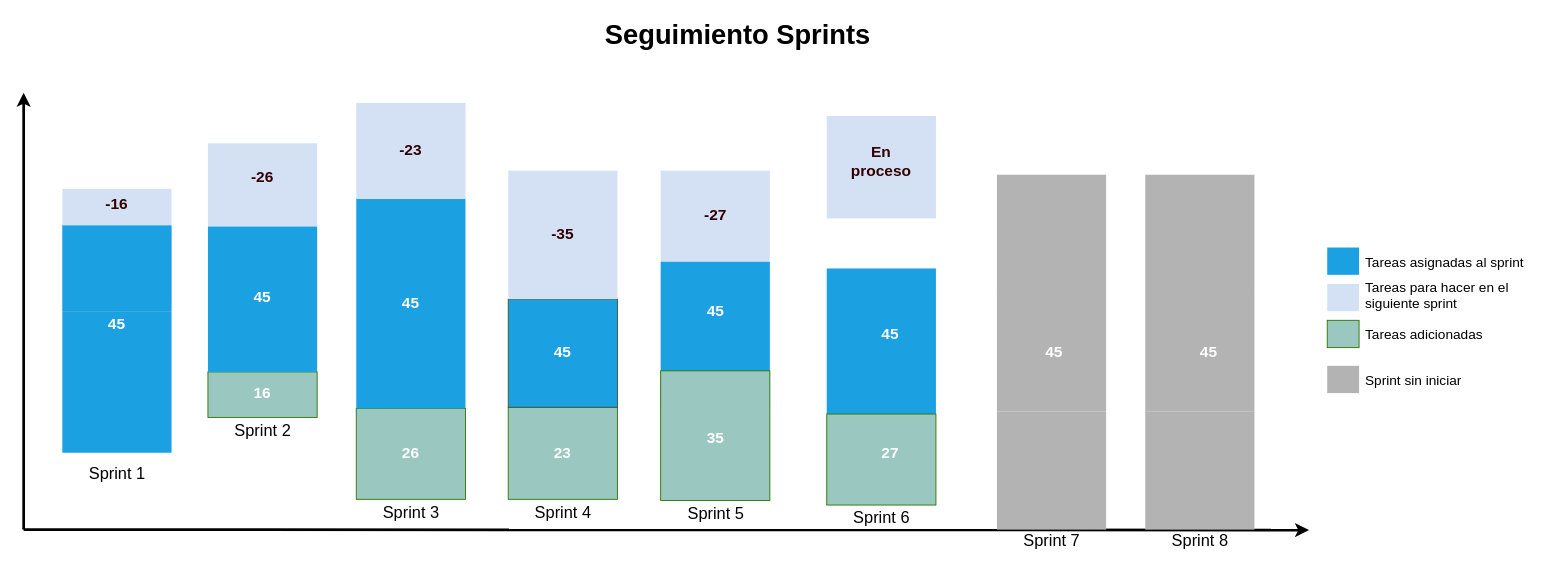
Above: sprints.drawio in lilitoones/ejercicios-open-bootcamp (draw.io), before the change. Source tidied: cells renumbered, new cells numbered last; positions are measured from the earlier drawing's top-left corner, leaving out a move shared by most shapes. Both pictures are drawn from the tidied source at 91%, with x=0, y=0 at pixel (24, 15).
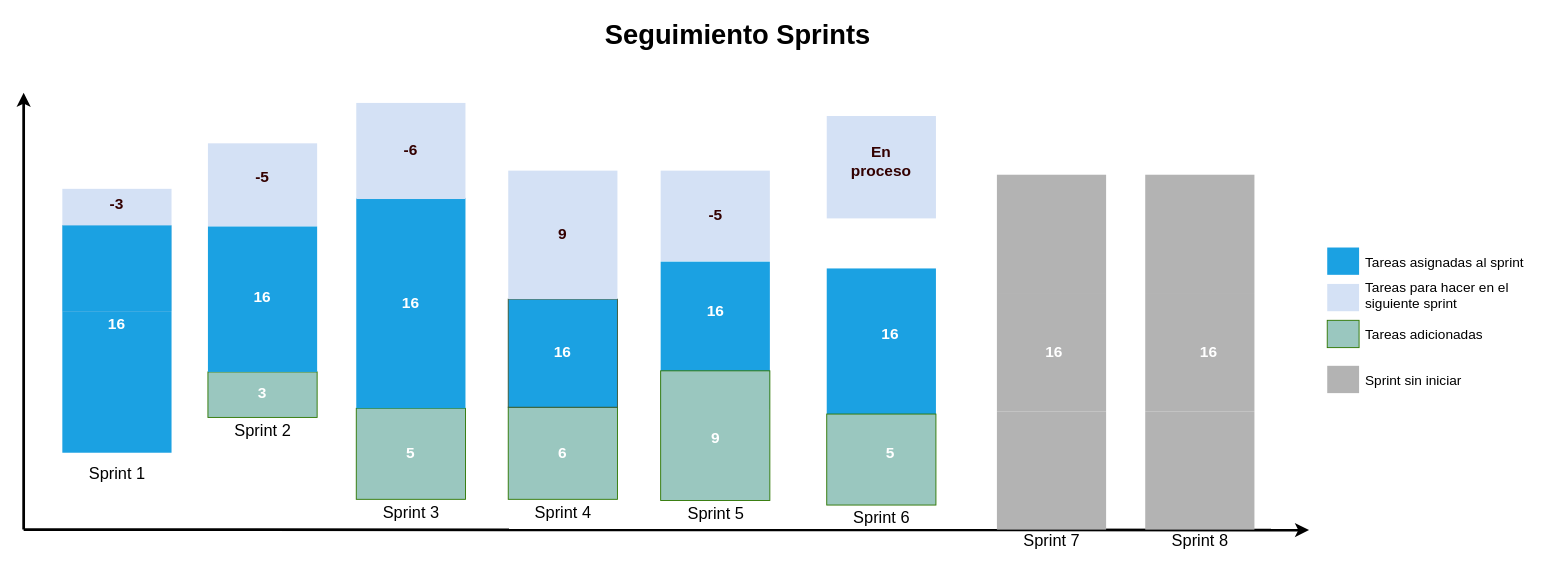
After the change.

Diff of the diagram source:
```diff
@@
-    <mxCell id="45" value="45" style="text;html=1;strokeColor=none;fillColor=none;align=center;verticalAlign=middle;whiteSpace=wrap;rounded=0;fontStyle=1;fontSize=17;fontColor=#FFFFFF;" parent="1" vertex="1">
+    <mxCell id="45" value="16" style="text;html=1;strokeColor=none;fillColor=none;align=center;verticalAlign=middle;whiteSpace=wrap;rounded=0;fontStyle=1;fontSize=17;fontColor=#FFFFFF;" parent="1" vertex="1">
       <mxGeometry x="72" y="324.5" width="60" height="30" as="geometry" />
     </mxCell>
-    <mxCell id="46" value="45" style="text;html=1;strokeColor=none;fillColor=none;align=center;verticalAlign=middle;whiteSpace=wrap;rounded=0;fontStyle=1;fontSize=17;fontColor=#FFFFFF;" parent="1" vertex="1">
+    <mxCell id="46" value="16" style="text;html=1;strokeColor=none;fillColor=none;align=center;verticalAlign=middle;whiteSpace=wrap;rounded=0;fontStyle=1;fontSize=17;fontColor=#FFFFFF;" parent="1" vertex="1">
       <mxGeometry x="232" y="294.5" width="60" height="30" as="geometry" />
     </mxCell>
-    <mxCell id="47" value="45" style="text;html=1;strokeColor=none;fillColor=none;align=center;verticalAlign=middle;whiteSpace=wrap;rounded=0;fontStyle=1;fontSize=17;fontColor=#FFFFFF;" parent="1" vertex="1">
+    <mxCell id="47" value="16" style="text;html=1;strokeColor=none;fillColor=none;align=center;verticalAlign=middle;whiteSpace=wrap;rounded=0;fontStyle=1;fontSize=17;fontColor=#FFFFFF;" parent="1" vertex="1">
       <mxGeometry x="395" y="300.6" width="60" height="30" as="geometry" />
     </mxCell>
-    <mxCell id="48" value="45" style="text;html=1;strokeColor=none;fillColor=none;align=center;verticalAlign=middle;whiteSpace=wrap;rounded=0;fontStyle=1;fontSize=17;fontColor=#FFFFFF;" parent="1" vertex="1">
+    <mxCell id="48" value="16" style="text;html=1;strokeColor=none;fillColor=none;align=center;verticalAlign=middle;whiteSpace=wrap;rounded=0;fontStyle=1;fontSize=17;fontColor=#FFFFFF;" parent="1" vertex="1">
       <mxGeometry x="562" y="354.5" width="60" height="30" as="geometry" />
     </mxCell>
-    <mxCell id="49" value="45" style="text;html=1;strokeColor=none;fillColor=none;align=center;verticalAlign=middle;whiteSpace=wrap;rounded=0;fontStyle=1;fontSize=17;fontColor=#FFFFFF;" parent="1" vertex="1">
+    <mxCell id="49" value="16" style="text;html=1;strokeColor=none;fillColor=none;align=center;verticalAlign=middle;whiteSpace=wrap;rounded=0;fontStyle=1;fontSize=17;fontColor=#FFFFFF;" parent="1" vertex="1">
       <mxGeometry x="729.5" y="310" width="60" height="30" as="geometry" />
     </mxCell>
-    <mxCell id="50" value="45" style="text;html=1;strokeColor=none;fillColor=none;align=center;verticalAlign=middle;whiteSpace=wrap;rounded=0;fontStyle=1;fontSize=17;fontColor=#FFFFFF;" parent="1" vertex="1">
+    <mxCell id="50" value="16" style="text;html=1;strokeColor=none;fillColor=none;align=center;verticalAlign=middle;whiteSpace=wrap;rounded=0;fontStyle=1;fontSize=17;fontColor=#FFFFFF;" parent="1" vertex="1">
       <mxGeometry x="922" y="336.2" width="60" height="30" as="geometry" />
     </mxCell>
-    <mxCell id="51" value="45" style="text;html=1;strokeColor=none;fillColor=none;align=center;verticalAlign=middle;whiteSpace=wrap;rounded=0;fontStyle=1;fontSize=17;fontColor=#FFFFFF;" parent="1" vertex="1">
+    <mxCell id="51" value="16" style="text;html=1;strokeColor=none;fillColor=none;align=center;verticalAlign=middle;whiteSpace=wrap;rounded=0;fontStyle=1;fontSize=17;fontColor=#FFFFFF;" parent="1" vertex="1">
       <mxGeometry x="1102" y="354.5" width="60" height="30" as="geometry" />
     </mxCell>
-    <mxCell id="52" value="45" style="text;html=1;strokeColor=none;fillColor=none;align=center;verticalAlign=middle;whiteSpace=wrap;rounded=0;fontStyle=1;fontSize=17;fontColor=#FFFFFF;" parent="1" vertex="1">
+    <mxCell id="52" value="16" style="text;html=1;strokeColor=none;fillColor=none;align=center;verticalAlign=middle;whiteSpace=wrap;rounded=0;fontStyle=1;fontSize=17;fontColor=#FFFFFF;" parent="1" vertex="1">
       <mxGeometry x="1272" y="354.5" width="60" height="30" as="geometry" />
     </mxCell>
-    <mxCell id="53" value="-16" style="text;html=1;strokeColor=none;fillColor=none;align=center;verticalAlign=middle;whiteSpace=wrap;rounded=0;fontStyle=1;fontSize=17;fontColor=#330000;" parent="1" vertex="1">
+    <mxCell id="53" value="-3" style="text;html=1;strokeColor=none;fillColor=none;align=center;verticalAlign=middle;whiteSpace=wrap;rounded=0;fontStyle=1;fontSize=17;fontColor=#330000;" parent="1" vertex="1">
       <mxGeometry x="72" y="192.5" width="60" height="30" as="geometry" />
     </mxCell>
-    <mxCell id="54" value="-26" style="text;html=1;strokeColor=none;fillColor=none;align=center;verticalAlign=middle;whiteSpace=wrap;rounded=0;fontStyle=1;fontSize=17;fontColor=#330000;" parent="1" vertex="1">
+    <mxCell id="54" value="-5" style="text;html=1;strokeColor=none;fillColor=none;align=center;verticalAlign=middle;whiteSpace=wrap;rounded=0;fontStyle=1;fontSize=17;fontColor=#330000;" parent="1" vertex="1">
       <mxGeometry x="232" y="162.5" width="60" height="30" as="geometry" />
     </mxCell>
-    <mxCell id="55" value="16" style="text;html=1;strokeColor=none;fillColor=none;align=center;verticalAlign=middle;whiteSpace=wrap;rounded=0;fontStyle=1;fontSize=17;fontColor=#FFFFFF;" parent="1" vertex="1">
+    <mxCell id="55" value="3" style="text;html=1;strokeColor=none;fillColor=none;align=center;verticalAlign=middle;whiteSpace=wrap;rounded=0;fontStyle=1;fontSize=17;fontColor=#FFFFFF;" parent="1" vertex="1">
       <mxGeometry x="232" y="400" width="60" height="30" as="geometry" />
     </mxCell>
-    <mxCell id="56" value="26" style="text;html=1;strokeColor=none;fillColor=none;align=center;verticalAlign=middle;whiteSpace=wrap;rounded=0;fontStyle=1;fontSize=17;fontColor=#FFFFFF;" parent="1" vertex="1">
+    <mxCell id="56" value="5" style="text;html=1;strokeColor=none;fillColor=none;align=center;verticalAlign=middle;whiteSpace=wrap;rounded=0;fontStyle=1;fontSize=17;fontColor=#FFFFFF;" parent="1" vertex="1">
       <mxGeometry x="395" y="465.6" width="60" height="30" as="geometry" />
     </mxCell>
-    <mxCell id="57" value="-23" style="text;html=1;strokeColor=none;fillColor=none;align=center;verticalAlign=middle;whiteSpace=wrap;rounded=0;fontStyle=1;fontSize=17;fontColor=#330000;" parent="1" vertex="1">
+    <mxCell id="57" value="-6" style="text;html=1;strokeColor=none;fillColor=none;align=center;verticalAlign=middle;whiteSpace=wrap;rounded=0;fontStyle=1;fontSize=17;fontColor=#330000;" parent="1" vertex="1">
       <mxGeometry x="395" y="132.5" width="60" height="30" as="geometry" />
     </mxCell>
-    <mxCell id="58" value="23" style="text;html=1;strokeColor=none;fillColor=none;align=center;verticalAlign=middle;whiteSpace=wrap;rounded=0;fontStyle=1;fontSize=17;fontColor=#FFFFFF;" parent="1" vertex="1">
+    <mxCell id="58" value="6" style="text;html=1;strokeColor=none;fillColor=none;align=center;verticalAlign=middle;whiteSpace=wrap;rounded=0;fontStyle=1;fontSize=17;fontColor=#FFFFFF;" parent="1" vertex="1">
       <mxGeometry x="562" y="466.2" width="60" height="30" as="geometry" />
     </mxCell>
-    <mxCell id="59" value="-35" style="text;html=1;strokeColor=none;fillColor=none;align=center;verticalAlign=middle;whiteSpace=wrap;rounded=0;fontStyle=1;fontSize=17;fontColor=#330000;" parent="1" vertex="1">
+    <mxCell id="59" value="9" style="text;html=1;strokeColor=none;fillColor=none;align=center;verticalAlign=middle;whiteSpace=wrap;rounded=0;fontStyle=1;fontSize=17;fontColor=#330000;" parent="1" vertex="1">
       <mxGeometry x="562" y="225.6" width="60" height="30" as="geometry" />
     </mxCell>
-    <mxCell id="60" value="35" style="text;html=1;strokeColor=none;fillColor=none;align=center;verticalAlign=middle;whiteSpace=wrap;rounded=0;fontStyle=1;fontSize=17;fontColor=#FFFFFF;" parent="1" vertex="1">
+    <mxCell id="60" value="9" style="text;html=1;strokeColor=none;fillColor=none;align=center;verticalAlign=middle;whiteSpace=wrap;rounded=0;fontStyle=1;fontSize=17;fontColor=#FFFFFF;" parent="1" vertex="1">
       <mxGeometry x="729.5" y="450" width="60" height="30" as="geometry" />
     </mxCell>
-    <mxCell id="61" value="-27" style="text;html=1;strokeColor=none;fillColor=none;align=center;verticalAlign=middle;whiteSpace=wrap;rounded=0;fontStyle=1;fontSize=17;fontColor=#330000;" parent="1" vertex="1">
+    <mxCell id="61" value="-5" style="text;html=1;strokeColor=none;fillColor=none;align=center;verticalAlign=middle;whiteSpace=wrap;rounded=0;fontStyle=1;fontSize=17;fontColor=#330000;" parent="1" vertex="1">
       <mxGeometry x="729.5" y="204.8" width="60" height="30" as="geometry" />
     </mxCell>
-    <mxCell id="62" value="27" style="text;html=1;strokeColor=none;fillColor=none;align=center;verticalAlign=middle;whiteSpace=wrap;rounded=0;fontStyle=1;fontSize=17;fontColor=#FFFFFF;" parent="1" vertex="1">
+    <mxCell id="62" value="5" style="text;html=1;strokeColor=none;fillColor=none;align=center;verticalAlign=middle;whiteSpace=wrap;rounded=0;fontStyle=1;fontSize=17;fontColor=#FFFFFF;" parent="1" vertex="1">
       <mxGeometry x="922" y="466.2" width="60" height="30" as="geometry" />
     </mxCell>
```
